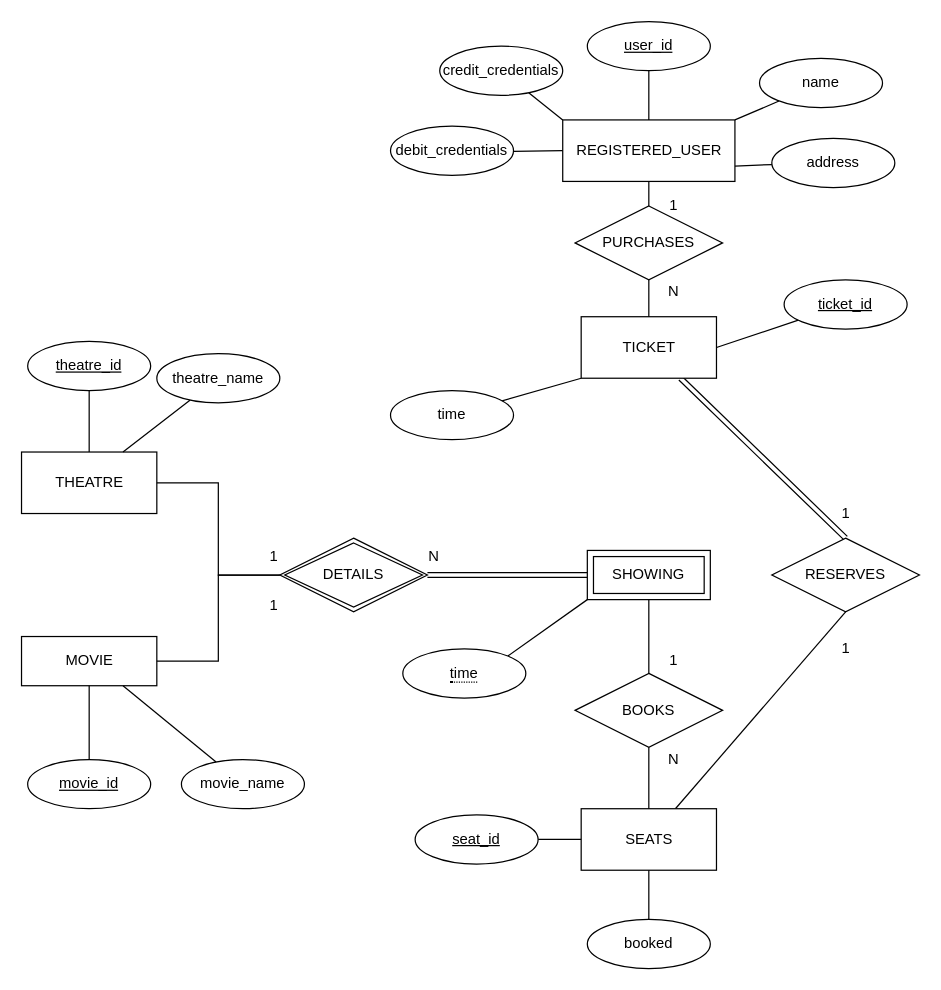
This is DesignDocuments/Diagrams/DatabaseDiagrams/EER_Theatre_Database.drawio from folkg/movie-ticket-reservation-app, a draw.io file, before an edit. Source tidied: cells renumbered, new cells numbered last; positions are measured from the earlier drawing's top-left corner, leaving out a move shared by most shapes. Both pictures are drawn from the tidied source at 123%, with x=0, y=0 at pixel (21, 21).
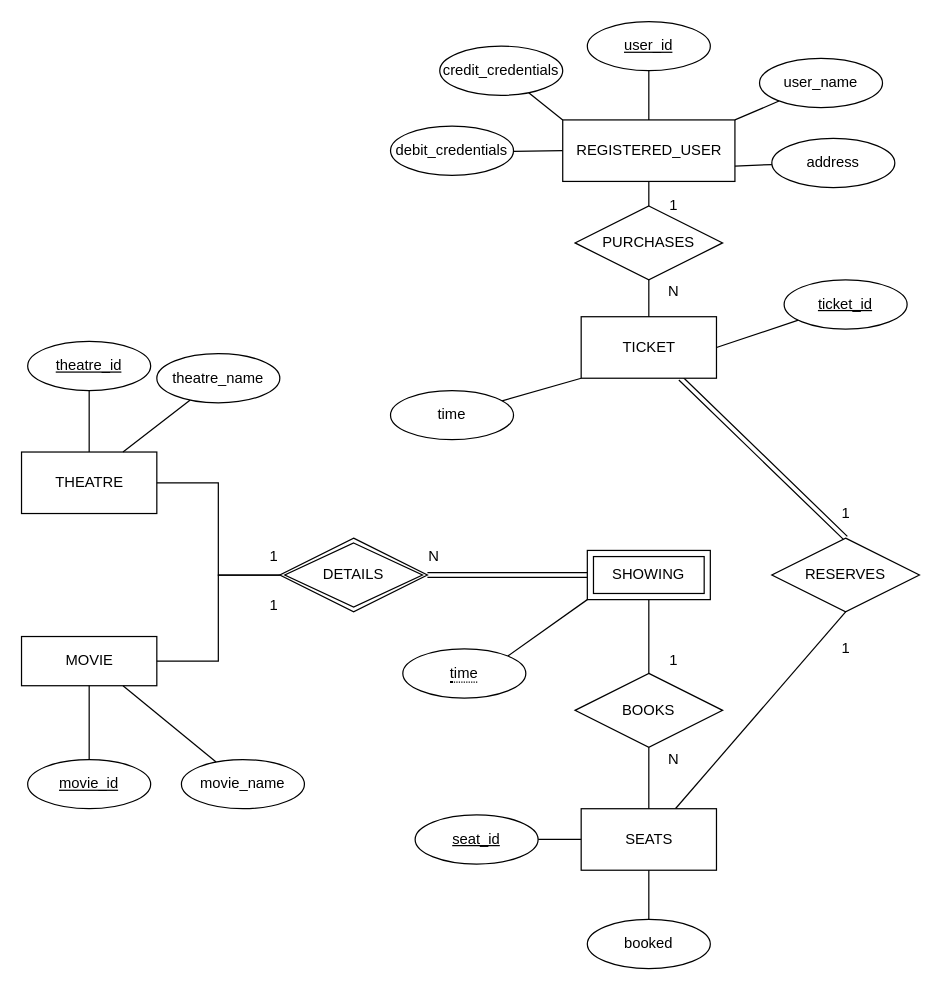
The same diagram, later.

Commit message (it also covers changes not shown here):
Complete SQL with demo tables loaded. Modified some diagrams to account for quirks in the SQL.

Change to the diagram source:
```diff
@@
-    <mxCell id="26" value="name" style="ellipse;whiteSpace=wrap;html=1;align=center;" parent="1" vertex="1">
+    <mxCell id="26" value="user_name" style="ellipse;whiteSpace=wrap;html=1;align=center;" parent="1" vertex="1">
       <mxGeometry x="600" y="30" width="100" height="40" as="geometry" />
     </mxCell>
```
